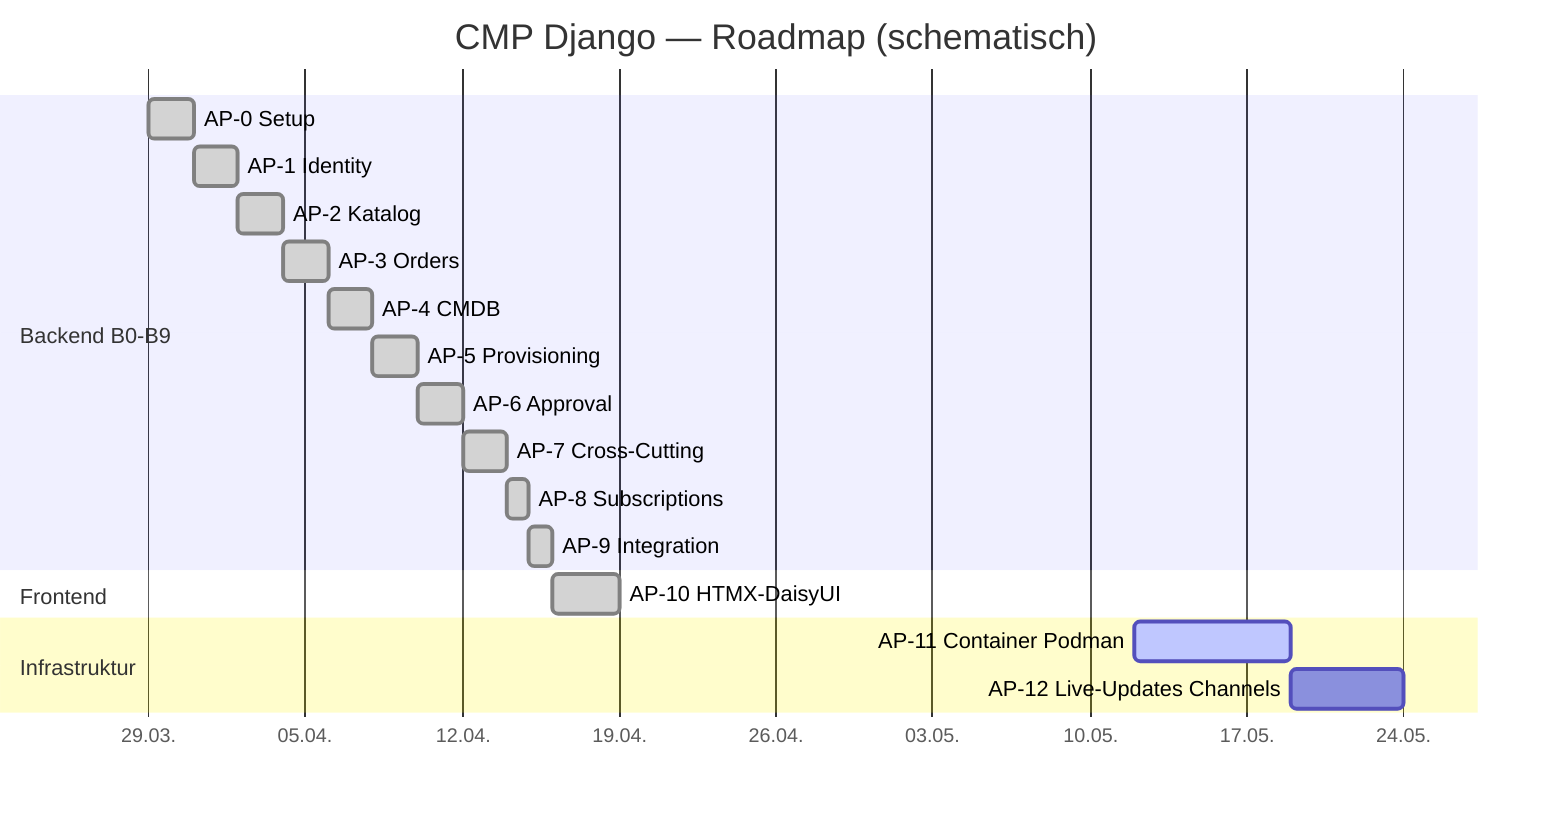
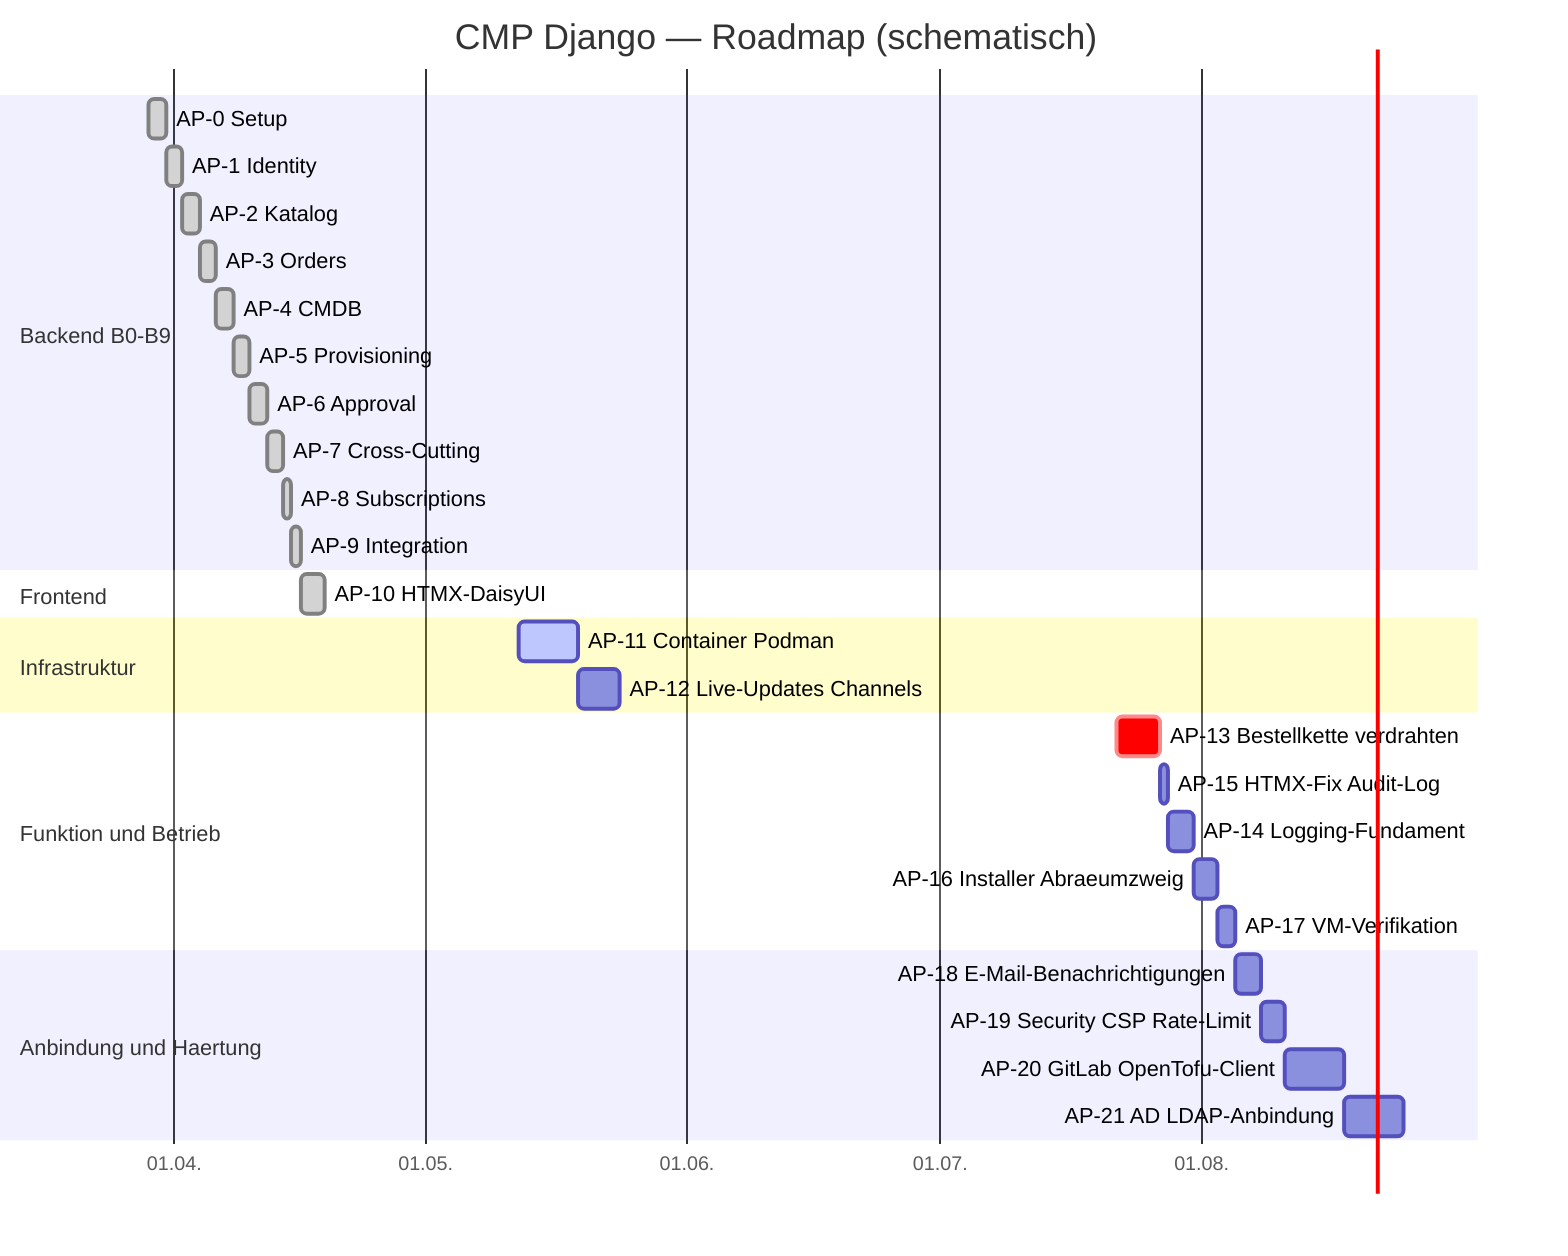
gantt
    title CMP Django — Roadmap (schematisch)
    dateFormat YYYY-MM-DD
    axisFormat %d.%m.
    section Backend B0-B9
    AP-0 Setup            :done, a0, 2026-03-29, 2d
    AP-1 Identity         :done, a1, 2026-03-31, 2d
    AP-2 Katalog          :done, a2, 2026-04-02, 2d
    AP-3 Orders           :done, a3, 2026-04-04, 2d
    AP-4 CMDB             :done, a4, 2026-04-06, 2d
    AP-5 Provisioning     :done, a5, 2026-04-08, 2d
    AP-6 Approval         :done, a6, 2026-04-10, 2d
    AP-7 Cross-Cutting    :done, a7, 2026-04-12, 2d
    AP-8 Subscriptions    :done, a8, 2026-04-14, 1d
    AP-9 Integration      :done, a9, 2026-04-15, 1d
    section Frontend
    AP-10 HTMX-DaisyUI    :done, a10, 2026-04-16, 3d
    section Infrastruktur
    AP-11 Container Podman :active, a11, 2026-05-12, 7d
    AP-12 Live-Updates Channels :a12, 2026-05-19, 5d
+     section Funktion und Betrieb
+     AP-13 Bestellkette verdrahten :crit, a13, 2026-07-22, 5d
+     AP-15 HTMX-Fix Audit-Log      :a15, 2026-07-27, 1d
+     AP-14 Logging-Fundament       :a14, 2026-07-28, 3d
+     AP-16 Installer Abraeumzweig  :a16, 2026-07-31, 3d
+     AP-17 VM-Verifikation         :a17, 2026-08-03, 2d
+     section Anbindung und Haertung
+     AP-18 E-Mail-Benachrichtigungen :a18, 2026-08-05, 3d
+     AP-19 Security CSP Rate-Limit   :a19, 2026-08-08, 3d
+     AP-20 GitLab OpenTofu-Client    :a20, 2026-08-11, 7d
+     AP-21 AD LDAP-Anbindung         :a21, 2026-08-18, 7d
